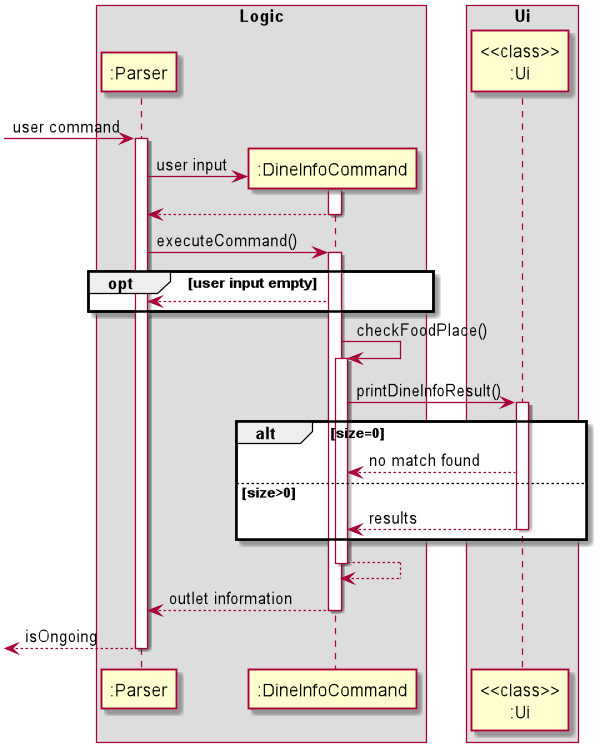
Earlier version of the PlantUML export docs/DG_Diagrams/DineInfoSequence.png (nus-cs2113-AY2021S1/tp). Its diagram source:
```plantuml
@startuml

box Logic
participant ":Parser"
participant ":DineInfoCommand"
end box
box Ui
participant "<<class>>\n:Ui"
end box

[-> ":Parser": user command
activate ":Parser"
create ":DineInfoCommand"
":Parser" -> ":DineInfoCommand": user input
activate ":DineInfoCommand"
":DineInfoCommand" --> ":Parser"
deactivate ":DineInfoCommand"
":Parser" -> ":DineInfoCommand": executeCommand()
activate ":DineInfoCommand"

opt user input empty
    ":DineInfoCommand" --> ":Parser"
end

":DineInfoCommand" -> ":DineInfoCommand": checkFoodPlace()
activate ":DineInfoCommand"
":DineInfoCommand" -> "<<class>>\n:Ui" : printDineInfoResult()
activate "<<class>>\n:Ui"

alt size=0
"<<class>>\n:Ui" --> ":DineInfoCommand": no match found
else size>0
"<<class>>\n:Ui" --> ":DineInfoCommand": results
deactivate "<<class>>\n:Ui"
end

":DineInfoCommand" --> ":DineInfoCommand"
deactivate ":DineInfoCommand"
":DineInfoCommand" --> ":Parser": outlet information
deactivate ":DineInfoCommand"
[<-- ":Parser": isOngoing
deactivate ":Parser"
@enduml
```
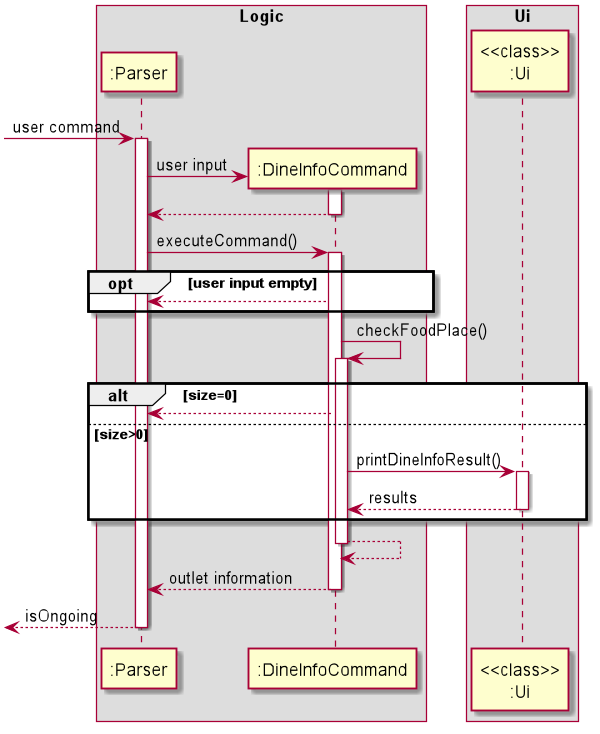
Later version of the same file.

Commit message:
Update sequence diagrams for /dine and /dineinfo

What changed in the source:
```diff
@@ -24,12 +24,12 @@
 
 ":DineInfoCommand" -> ":DineInfoCommand": checkFoodPlace()
 activate ":DineInfoCommand"
+
+alt size=0
+":DineInfoCommand" --> ":Parser"
+else size>0
 ":DineInfoCommand" -> "<<class>>\n:Ui" : printDineInfoResult()
 activate "<<class>>\n:Ui"
-
-alt size=0
-"<<class>>\n:Ui" --> ":DineInfoCommand": no match found
-else size>0
 "<<class>>\n:Ui" --> ":DineInfoCommand": results
 deactivate "<<class>>\n:Ui"
 end
```
